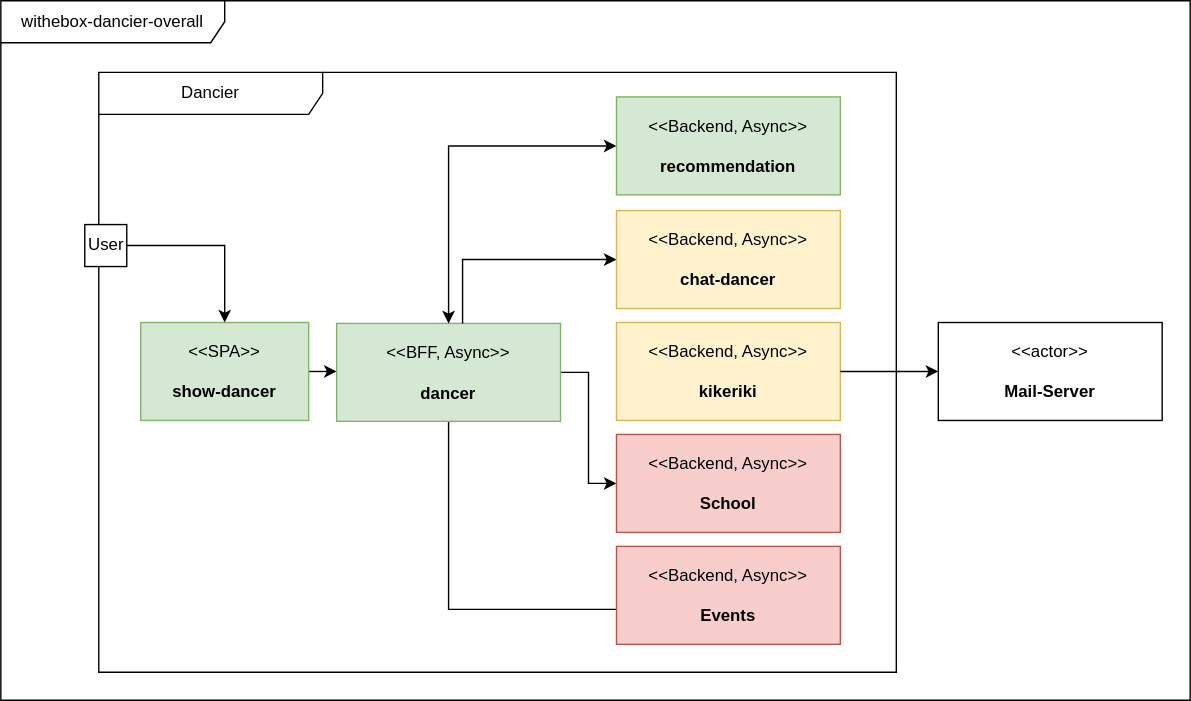
This is src/main/jbake/content/documentation/arc42/images/whitebox-overall-system.drawio.svg from dancier/documentation, a draw.io export, as it was before one commit. Source tidied: cells renumbered, new cells last; positions are measured from the earlier drawing's top-left corner, leaving out a move shared by most shapes.
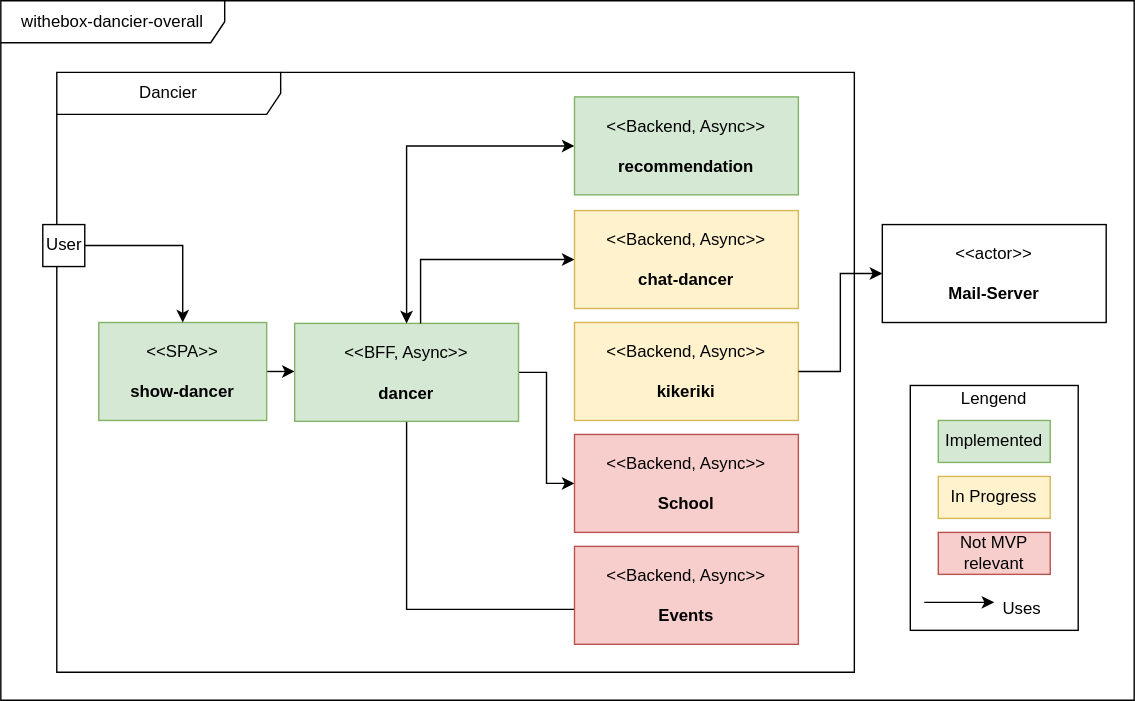
After the commit.

The edit, as a diff of the source:
```diff
@@ -3,10 +3,10 @@
     <mxCell id="0" />
     <mxCell id="1" parent="0" />
     <mxCell id="2" value="withebox-dancier-overall" style="shape=umlFrame;whiteSpace=wrap;html=1;width=160;" parent="1" vertex="1">
-      <mxGeometry width="850" height="500" as="geometry" />
+      <mxGeometry width="810" height="500" as="geometry" />
     </mxCell>
     <mxCell id="3" value="Dancier" style="shape=umlFrame;whiteSpace=wrap;html=1;width=160;" parent="2" vertex="1">
-      <mxGeometry x="70" y="51.2" width="570" height="428.8" as="geometry" />
+      <mxGeometry x="40" y="51.2" width="570" height="428.8" as="geometry" />
     </mxCell>
     <mxCell id="4" style="edgeStyle=orthogonalEdgeStyle;rounded=0;jettySize=auto;html=1;" parent="3" edge="1" source="5" target="8">
       <mxGeometry relative="1" as="geometry" />
@@ -61,10 +61,36 @@
       <mxGeometry x="-10" y="108.8" width="30" height="30" as="geometry" />
     </mxCell>
     <mxCell id="18" value="&amp;lt;&amp;lt;actor&amp;gt;&amp;gt;&lt;br&gt;&lt;br&gt;&lt;b&gt;Mail-Server&lt;/b&gt;" style="html=1;align=center;verticalAlign=middle;dashed=0;whiteSpace=wrap;" parent="2" vertex="1">
-      <mxGeometry x="670" y="230" width="160" height="70" as="geometry" />
+      <mxGeometry x="630" y="160" width="160" height="70" as="geometry" />
     </mxCell>
     <mxCell id="19" style="edgeStyle=orthogonalEdgeStyle;rounded=0;jettySize=auto;html=1;" parent="2" edge="1" source="13" target="18">
       <mxGeometry relative="1" as="geometry" />
     </mxCell>
+    <mxCell id="20" style="rounded=0;whiteSpace=wrap;html=1;" parent="2" vertex="1">
+      <mxGeometry x="650" y="275" width="120" height="175" as="geometry" />
+    </mxCell>
+    <mxCell id="21" value="Implemented" style="rounded=0;whiteSpace=wrap;html=1;fillColor=#d5e8d4;strokeColor=#82b366;" parent="2" vertex="1">
+      <mxGeometry x="670" y="300" width="80" height="30" as="geometry" />
+    </mxCell>
+    <mxCell id="22" value="Not MVP relevant" style="rounded=0;whiteSpace=wrap;html=1;fillColor=#f8cecc;strokeColor=#b85450;" parent="2" vertex="1">
+      <mxGeometry x="670" y="380" width="80" height="30" as="geometry" />
+    </mxCell>
+    <mxCell id="23" value="In Progress" style="rounded=0;whiteSpace=wrap;html=1;fillColor=#fff2cc;strokeColor=#d6b656;" parent="2" vertex="1">
+      <mxGeometry x="670" y="340" width="80" height="30" as="geometry" />
+    </mxCell>
+    <mxCell id="24" value="Lengend" style="text;html=1;strokeColor=none;fillColor=none;align=center;verticalAlign=middle;whiteSpace=wrap;rounded=0;" parent="2" vertex="1">
+      <mxGeometry x="680" y="270" width="60" height="30" as="geometry" />
+    </mxCell>
+    <mxCell id="25" value="Uses" style="text;html=1;strokeColor=none;fillColor=none;align=center;verticalAlign=middle;whiteSpace=wrap;rounded=0;" parent="2" vertex="1">
+      <mxGeometry x="700" y="420" width="60" height="30" as="geometry" />
+    </mxCell>
+    <mxCell id="26" style="endArrow=classic;html=1;rounded=0;entryX=0.5;entryY=0.886;entryDx=0;entryDy=0;entryPerimeter=0;" parent="1" edge="1" target="20">
+      <mxGeometry relative="1" as="geometry">
+        <mxPoint x="660" y="430" as="sourcePoint" />
+        <Array as="points">
+          <mxPoint x="710" y="430" />
+        </Array>
+      </mxGeometry>
+    </mxCell>
   </root>
 </mxGraphModel>
```
